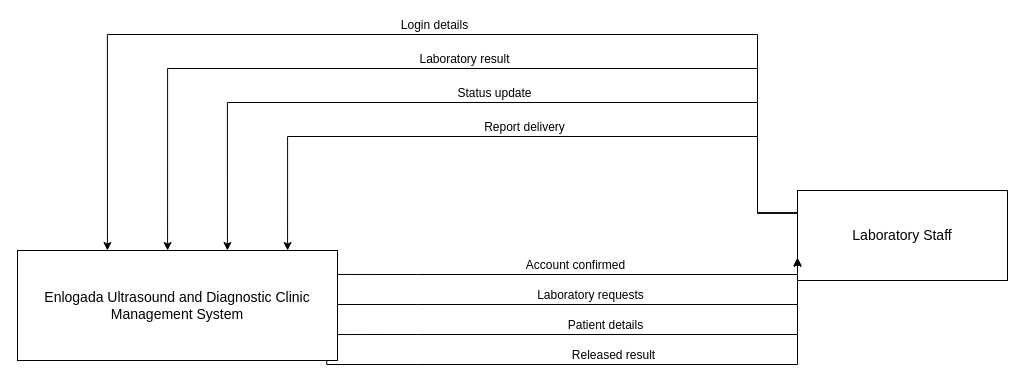
Earlier version of the draw.io diagram page "Laboratory Staff" (6 of 9) of docs/diagrams/dfd-level0.drawio (steven23lz/Enlogada-Clinic-Management-System). Source tidied: cells renumbered, new cells numbered last; positions are measured from the earlier drawing's top-left corner, leaving out a move shared by most shapes. Both pictures are drawn from the tidied source at 100%, with x=0, y=0 at pixel (17, 34).
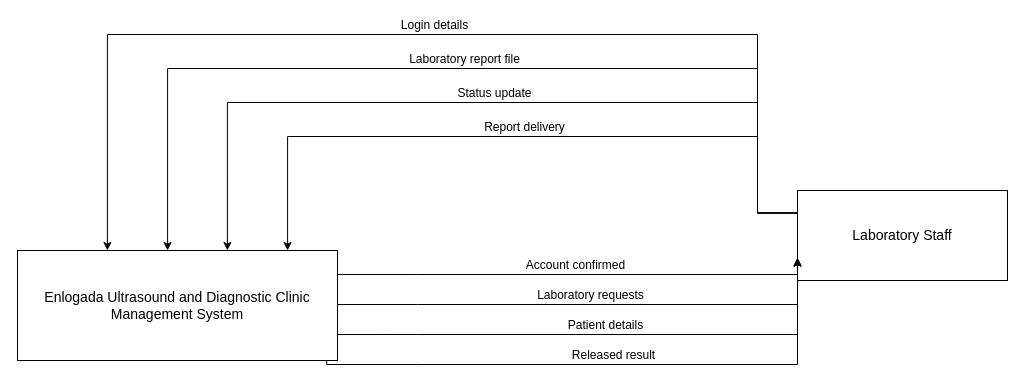
Above is the later version.

The change refers to these unchanged cells:
```xml
<mxCell id="2" value="Enlogada Ultrasound and Diagnostic Clinic Management System" style="rounded=0;whiteSpace=wrap;html=1;verticalAlign=middle;fontFamily=Helvetica;fontSize=14;fontColor=#000000;strokeColor=#000000;" parent="1" vertex="1">
  <mxGeometry y="216" width="320" height="110" as="geometry" />
</mxCell>
<mxCell id="3" value="Laboratory Staff" style="rounded=0;whiteSpace=wrap;html=1;fontFamily=Helvetica;fontSize=14;fontColor=#000000;strokeColor=#000000;" parent="1" vertex="1">
  <mxGeometry x="780" y="156" width="210" height="90" as="geometry" />
</mxCell>
```

Diff of the diagram source:
```diff
@@
-    <mxCell id="5" value="Laboratory result" style="edgeStyle=orthogonalEdgeStyle;rounded=0;html=1;verticalAlign=bottom;fontFamily=Helvetica;fontSize=12;fontColor=#000000;strokeColor=#000000;exitX=0;exitY=0.25;exitDx=0;exitDy=0;entryX=0.469;entryY=0;entryDx=0;entryDy=0;" parent="1" edge="1" source="3" target="2">
+    <mxCell id="5" value="Laboratory report file" style="edgeStyle=orthogonalEdgeStyle;rounded=0;html=1;verticalAlign=bottom;fontFamily=Helvetica;fontSize=12;fontColor=#000000;strokeColor=#000000;exitX=0;exitY=0.25;exitDx=0;exitDy=0;entryX=0.469;entryY=0;entryDx=0;entryDy=0;" parent="1" edge="1" source="3" target="2">
       <mxGeometry relative="1" as="geometry">
         <Array as="points">
           <mxPoint x="740" y="34" />
           <mxPoint x="150" y="34" />
         </Array>
       </mxGeometry>
     </mxCell>
```
